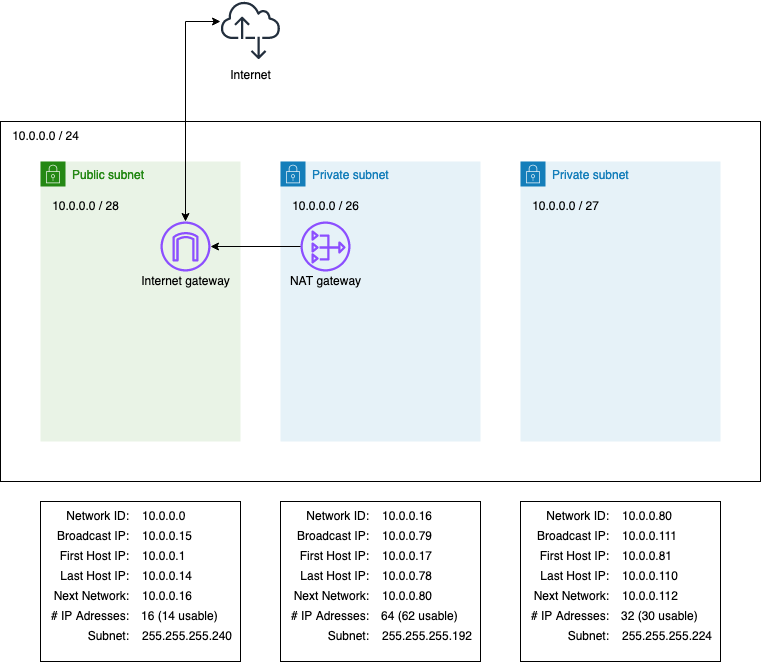
Before: 02_Networking/images/06_subnetting1.png, a diagram exported from draw.io (techgrounds/techgrounds-JarBanf). Source tidied: cells renumbered, new cells last; positions are measured from the earlier drawing's top-left corner, leaving out a move shared by most shapes. The source it was exported from:
```xml
<mxGraphModel>
  <root>
    <mxCell id="0" />
    <mxCell id="1" parent="0" />
    <mxCell id="2" style="rounded=0;whiteSpace=wrap;html=1;" parent="1" vertex="1">
      <mxGeometry y="121" width="760" height="360" as="geometry" />
    </mxCell>
    <mxCell id="3" value="Private subnet" style="gradientColor=none;html=1;whiteSpace=wrap;fontSize=12;fontStyle=0;shape=mxgraph.aws4.group;grIcon=mxgraph.aws4.group_security_group;grStroke=0;strokeColor=#147EBA;fillColor=#E6F2F8;verticalAlign=top;align=left;spacingLeft=30;fontColor=#147EBA;dashed=0;" parent="1" vertex="1">
      <mxGeometry x="520" y="161" width="200" height="280" as="geometry" />
    </mxCell>
    <mxCell id="4" value="10.0.0.0 / 27" style="text;html=1;align=center;verticalAlign=middle;strokeColor=none;fillColor=none;" parent="3" vertex="1">
      <mxGeometry y="30" width="90" height="30" as="geometry" />
    </mxCell>
    <mxCell id="5" value="Private subnet" style="gradientColor=none;html=1;whiteSpace=wrap;fontSize=12;fontStyle=0;shape=mxgraph.aws4.group;grIcon=mxgraph.aws4.group_security_group;grStroke=0;strokeColor=#147EBA;fillColor=#E6F2F8;verticalAlign=top;align=left;spacingLeft=30;fontColor=#147EBA;dashed=0;" parent="1" vertex="1">
      <mxGeometry x="280" y="161" width="200" height="280" as="geometry" />
    </mxCell>
    <mxCell id="6" value="&lt;div&gt;10.0.0.0 / 26&lt;/div&gt;" style="text;html=1;align=center;verticalAlign=middle;strokeColor=none;fillColor=none;" parent="5" vertex="1">
      <mxGeometry y="30" width="90" height="30" as="geometry" />
    </mxCell>
    <mxCell id="7" style="sketch=0;outlineConnect=0;fontColor=#232F3E;gradientColor=none;fillColor=#8C4FFF;strokeColor=none;dashed=0;verticalLabelPosition=bottom;verticalAlign=top;align=center;html=1;fontSize=12;fontStyle=0;shape=mxgraph.aws4.nat_gateway;" parent="5" vertex="1">
      <mxGeometry x="20" y="60" width="50" height="50" as="geometry" />
    </mxCell>
    <mxCell id="8" value="NAT gateway" style="text;html=1;align=center;verticalAlign=middle;strokeColor=none;fillColor=none;" parent="5" vertex="1">
      <mxGeometry y="105" width="90" height="30" as="geometry" />
    </mxCell>
    <mxCell id="9" value="Public subnet" style="gradientColor=none;html=1;whiteSpace=wrap;fontSize=12;fontStyle=0;shape=mxgraph.aws4.group;grIcon=mxgraph.aws4.group_security_group;grStroke=0;strokeColor=#248814;fillColor=#E9F3E6;verticalAlign=top;align=left;spacingLeft=30;fontColor=#248814;dashed=0;" parent="1" vertex="1">
      <mxGeometry x="40" y="161" width="200" height="280" as="geometry" />
    </mxCell>
    <mxCell id="10" value="&lt;div&gt;10.0.0.0 / 28&lt;/div&gt;" style="text;html=1;align=center;verticalAlign=middle;strokeColor=none;fillColor=none;" parent="9" vertex="1">
      <mxGeometry y="30" width="90" height="30" as="geometry" />
    </mxCell>
    <mxCell id="11" style="sketch=0;outlineConnect=0;fontColor=#232F3E;gradientColor=none;fillColor=#8C4FFF;strokeColor=none;dashed=0;verticalLabelPosition=bottom;verticalAlign=top;align=center;html=1;fontSize=12;fontStyle=0;shape=mxgraph.aws4.internet_gateway;" parent="9" vertex="1">
      <mxGeometry x="120" y="60" width="50" height="50" as="geometry" />
    </mxCell>
    <mxCell id="12" value="Internet gateway" style="text;html=1;align=center;verticalAlign=middle;strokeColor=none;fillColor=none;" parent="9" vertex="1">
      <mxGeometry x="90" y="105" width="110" height="30" as="geometry" />
    </mxCell>
    <mxCell id="13" value="&lt;div&gt;10.0.0.0 / 24&lt;/div&gt;" style="text;html=1;align=center;verticalAlign=middle;strokeColor=none;fillColor=none;" parent="1" vertex="1">
      <mxGeometry y="121" width="90" height="30" as="geometry" />
    </mxCell>
    <mxCell id="14" style="rounded=0;whiteSpace=wrap;html=1;" parent="1" vertex="1">
      <mxGeometry x="40" y="501" width="200" height="160" as="geometry" />
    </mxCell>
    <mxCell id="15" value="&lt;div&gt;Network ID:&lt;/div&gt;" style="text;html=1;align=right;verticalAlign=middle;strokeColor=none;fillColor=none;" parent="1" vertex="1">
      <mxGeometry x="40" y="501" width="90" height="30" as="geometry" />
    </mxCell>
    <mxCell id="16" value="Broadcast IP:" style="text;html=1;align=right;verticalAlign=middle;strokeColor=none;fillColor=none;" parent="1" vertex="1">
      <mxGeometry x="30" y="521" width="100" height="30" as="geometry" />
    </mxCell>
    <mxCell id="17" value="&lt;div&gt;First Host IP:&lt;/div&gt;" style="text;html=1;align=right;verticalAlign=middle;strokeColor=none;fillColor=none;" parent="1" vertex="1">
      <mxGeometry x="40" y="541" width="90" height="30" as="geometry" />
    </mxCell>
    <mxCell id="18" value="Last Host IP:" style="text;html=1;align=right;verticalAlign=middle;strokeColor=none;fillColor=none;" parent="1" vertex="1">
      <mxGeometry x="40" y="561" width="90" height="30" as="geometry" />
    </mxCell>
    <mxCell id="19" value="Next Network:" style="text;html=1;align=right;verticalAlign=middle;strokeColor=none;fillColor=none;" parent="1" vertex="1">
      <mxGeometry x="30" y="581" width="100" height="30" as="geometry" />
    </mxCell>
    <mxCell id="20" value="&lt;div&gt;# IP Adresses:&lt;/div&gt;" style="text;html=1;align=right;verticalAlign=middle;strokeColor=none;fillColor=none;" parent="1" vertex="1">
      <mxGeometry x="30" y="601" width="100" height="30" as="geometry" />
    </mxCell>
    <mxCell id="21" value="&lt;div&gt;Subnet:&lt;/div&gt;" style="text;html=1;align=right;verticalAlign=middle;strokeColor=none;fillColor=none;" parent="1" vertex="1">
      <mxGeometry x="70" y="621" width="60" height="30" as="geometry" />
    </mxCell>
    <mxCell id="22" value="10.0.0.0" style="text;html=1;align=left;verticalAlign=middle;strokeColor=none;fillColor=none;" parent="1" vertex="1">
      <mxGeometry x="140" y="501" width="70" height="30" as="geometry" />
    </mxCell>
    <mxCell id="23" value="255.255.255.240" style="text;html=1;align=left;verticalAlign=middle;strokeColor=none;fillColor=none;" parent="1" vertex="1">
      <mxGeometry x="140" y="621" width="110" height="30" as="geometry" />
    </mxCell>
    <mxCell id="24" value="&lt;div&gt;10.0.0.1&lt;/div&gt;" style="text;html=1;align=left;verticalAlign=middle;strokeColor=none;fillColor=none;" parent="1" vertex="1">
      <mxGeometry x="140" y="541" width="70" height="30" as="geometry" />
    </mxCell>
    <mxCell id="25" value="&lt;div&gt;10.0.0.16&lt;/div&gt;" style="text;html=1;align=left;verticalAlign=middle;strokeColor=none;fillColor=none;" parent="1" vertex="1">
      <mxGeometry x="140" y="581" width="70" height="30" as="geometry" />
    </mxCell>
    <mxCell id="26" value="&lt;div&gt;10.0.0.15&lt;/div&gt;" style="text;html=1;align=left;verticalAlign=middle;strokeColor=none;fillColor=none;" parent="1" vertex="1">
      <mxGeometry x="140" y="521" width="70" height="30" as="geometry" />
    </mxCell>
    <mxCell id="27" value="&lt;div&gt;10.0.0.14&lt;/div&gt;" style="text;html=1;align=left;verticalAlign=middle;strokeColor=none;fillColor=none;" parent="1" vertex="1">
      <mxGeometry x="140" y="561" width="70" height="30" as="geometry" />
    </mxCell>
    <mxCell id="28" value="16 (14 usable)" style="text;html=1;align=left;verticalAlign=middle;strokeColor=none;fillColor=none;" parent="1" vertex="1">
      <mxGeometry x="139" y="601" width="100" height="30" as="geometry" />
    </mxCell>
    <mxCell id="29" style="rounded=0;whiteSpace=wrap;html=1;" parent="1" vertex="1">
      <mxGeometry x="280" y="501" width="200" height="160" as="geometry" />
    </mxCell>
    <mxCell id="30" value="&lt;div&gt;Network ID:&lt;/div&gt;" style="text;html=1;align=right;verticalAlign=middle;strokeColor=none;fillColor=none;" parent="1" vertex="1">
      <mxGeometry x="280" y="501" width="90" height="30" as="geometry" />
    </mxCell>
    <mxCell id="31" value="&lt;div&gt;First Host IP:&lt;/div&gt;" style="text;html=1;align=right;verticalAlign=middle;strokeColor=none;fillColor=none;" parent="1" vertex="1">
      <mxGeometry x="280" y="541" width="90" height="30" as="geometry" />
    </mxCell>
    <mxCell id="32" value="Last Host IP:" style="text;html=1;align=right;verticalAlign=middle;strokeColor=none;fillColor=none;" parent="1" vertex="1">
      <mxGeometry x="280" y="561" width="90" height="30" as="geometry" />
    </mxCell>
    <mxCell id="33" value="&lt;div&gt;Subnet:&lt;/div&gt;" style="text;html=1;align=right;verticalAlign=middle;strokeColor=none;fillColor=none;" parent="1" vertex="1">
      <mxGeometry x="310" y="621" width="60" height="30" as="geometry" />
    </mxCell>
    <mxCell id="34" value="&lt;div&gt;10.0.0.16&lt;/div&gt;" style="text;html=1;align=left;verticalAlign=middle;strokeColor=none;fillColor=none;" parent="1" vertex="1">
      <mxGeometry x="380" y="501" width="70" height="30" as="geometry" />
    </mxCell>
    <mxCell id="35" value="255.255.255.192" style="text;html=1;align=left;verticalAlign=middle;strokeColor=none;fillColor=none;" parent="1" vertex="1">
      <mxGeometry x="380" y="621" width="110" height="30" as="geometry" />
    </mxCell>
    <mxCell id="36" value="&lt;div&gt;10.0.0.17&lt;/div&gt;" style="text;html=1;align=left;verticalAlign=middle;strokeColor=none;fillColor=none;" parent="1" vertex="1">
      <mxGeometry x="380" y="541" width="70" height="30" as="geometry" />
    </mxCell>
    <mxCell id="37" value="&lt;div&gt;10.0.0.80&lt;/div&gt;" style="text;html=1;align=left;verticalAlign=middle;strokeColor=none;fillColor=none;" parent="1" vertex="1">
      <mxGeometry x="380" y="581" width="70" height="30" as="geometry" />
    </mxCell>
    <mxCell id="38" value="&lt;div&gt;10.0.0.79&lt;/div&gt;" style="text;html=1;align=left;verticalAlign=middle;strokeColor=none;fillColor=none;" parent="1" vertex="1">
      <mxGeometry x="380" y="521" width="70" height="30" as="geometry" />
    </mxCell>
    <mxCell id="39" value="&lt;div&gt;10.0.0.78&lt;/div&gt;" style="text;html=1;align=left;verticalAlign=middle;strokeColor=none;fillColor=none;" parent="1" vertex="1">
      <mxGeometry x="380" y="561" width="70" height="30" as="geometry" />
    </mxCell>
    <mxCell id="40" value="64 (62 usable)" style="text;html=1;align=left;verticalAlign=middle;strokeColor=none;fillColor=none;" parent="1" vertex="1">
      <mxGeometry x="379" y="601" width="100" height="30" as="geometry" />
    </mxCell>
    <mxCell id="41" value="Broadcast IP:" style="text;html=1;align=right;verticalAlign=middle;strokeColor=none;fillColor=none;" parent="1" vertex="1">
      <mxGeometry x="270" y="521" width="100" height="30" as="geometry" />
    </mxCell>
    <mxCell id="42" value="Next Network:" style="text;html=1;align=right;verticalAlign=middle;strokeColor=none;fillColor=none;" parent="1" vertex="1">
      <mxGeometry x="270" y="581" width="100" height="30" as="geometry" />
    </mxCell>
    <mxCell id="43" value="&lt;div&gt;# IP Adresses:&lt;/div&gt;" style="text;html=1;align=right;verticalAlign=middle;strokeColor=none;fillColor=none;" parent="1" vertex="1">
      <mxGeometry x="270" y="601" width="100" height="30" as="geometry" />
    </mxCell>
    <mxCell id="44" style="rounded=0;whiteSpace=wrap;html=1;" parent="1" vertex="1">
      <mxGeometry x="520" y="501" width="200" height="160" as="geometry" />
    </mxCell>
    <mxCell id="45" value="&lt;div&gt;Network ID:&lt;/div&gt;" style="text;html=1;align=right;verticalAlign=middle;strokeColor=none;fillColor=none;" parent="1" vertex="1">
      <mxGeometry x="520" y="501" width="90" height="30" as="geometry" />
    </mxCell>
    <mxCell id="46" value="&lt;div&gt;First Host IP:&lt;/div&gt;" style="text;html=1;align=right;verticalAlign=middle;strokeColor=none;fillColor=none;" parent="1" vertex="1">
      <mxGeometry x="520" y="541" width="90" height="30" as="geometry" />
    </mxCell>
    <mxCell id="47" value="Last Host IP:" style="text;html=1;align=right;verticalAlign=middle;strokeColor=none;fillColor=none;" parent="1" vertex="1">
      <mxGeometry x="520" y="561" width="90" height="30" as="geometry" />
    </mxCell>
    <mxCell id="48" value="&lt;div&gt;Subnet:&lt;/div&gt;" style="text;html=1;align=right;verticalAlign=middle;strokeColor=none;fillColor=none;" parent="1" vertex="1">
      <mxGeometry x="550" y="621" width="60" height="30" as="geometry" />
    </mxCell>
    <mxCell id="49" value="&lt;div&gt;10.0.0.80&lt;/div&gt;" style="text;html=1;align=left;verticalAlign=middle;strokeColor=none;fillColor=none;" parent="1" vertex="1">
      <mxGeometry x="620" y="501" width="70" height="30" as="geometry" />
    </mxCell>
    <mxCell id="50" value="&lt;div&gt;255.255.255.224&lt;/div&gt;" style="text;html=1;align=left;verticalAlign=middle;strokeColor=none;fillColor=none;" parent="1" vertex="1">
      <mxGeometry x="620" y="621" width="110" height="30" as="geometry" />
    </mxCell>
    <mxCell id="51" value="&lt;div&gt;10.0.0.81&lt;/div&gt;" style="text;html=1;align=left;verticalAlign=middle;strokeColor=none;fillColor=none;" parent="1" vertex="1">
      <mxGeometry x="620" y="541" width="70" height="30" as="geometry" />
    </mxCell>
    <mxCell id="52" value="&lt;div&gt;10.0.0.112&lt;/div&gt;" style="text;html=1;align=left;verticalAlign=middle;strokeColor=none;fillColor=none;" parent="1" vertex="1">
      <mxGeometry x="620" y="581" width="80" height="30" as="geometry" />
    </mxCell>
    <mxCell id="53" value="&lt;div&gt;10.0.0.111&lt;/div&gt;" style="text;html=1;align=left;verticalAlign=middle;strokeColor=none;fillColor=none;" parent="1" vertex="1">
      <mxGeometry x="620" y="521" width="80" height="30" as="geometry" />
    </mxCell>
    <mxCell id="54" value="&lt;div&gt;10.0.0.110&lt;/div&gt;" style="text;html=1;align=left;verticalAlign=middle;strokeColor=none;fillColor=none;" parent="1" vertex="1">
      <mxGeometry x="620" y="561" width="80" height="30" as="geometry" />
    </mxCell>
    <mxCell id="55" value="32 (30 usable)" style="text;html=1;align=left;verticalAlign=middle;strokeColor=none;fillColor=none;" parent="1" vertex="1">
      <mxGeometry x="619" y="601" width="100" height="30" as="geometry" />
    </mxCell>
    <mxCell id="56" value="Broadcast IP:" style="text;html=1;align=right;verticalAlign=middle;strokeColor=none;fillColor=none;" parent="1" vertex="1">
      <mxGeometry x="510" y="521" width="100" height="30" as="geometry" />
    </mxCell>
    <mxCell id="57" value="Next Network:" style="text;html=1;align=right;verticalAlign=middle;strokeColor=none;fillColor=none;" parent="1" vertex="1">
      <mxGeometry x="510" y="581" width="100" height="30" as="geometry" />
    </mxCell>
    <mxCell id="58" value="&lt;div&gt;# IP Adresses:&lt;/div&gt;" style="text;html=1;align=right;verticalAlign=middle;strokeColor=none;fillColor=none;" parent="1" vertex="1">
      <mxGeometry x="510" y="601" width="100" height="30" as="geometry" />
    </mxCell>
    <mxCell id="59" style="sketch=0;outlineConnect=0;fontColor=#232F3E;gradientColor=none;fillColor=#232F3D;strokeColor=none;dashed=0;verticalLabelPosition=bottom;verticalAlign=top;align=center;html=1;fontSize=12;fontStyle=0;shape=mxgraph.aws4.internet_alt2;" parent="1" vertex="1">
      <mxGeometry x="220" y="-0.2" width="60" height="60" as="geometry" />
    </mxCell>
    <mxCell id="60" value="Internet" style="text;html=1;align=center;verticalAlign=middle;strokeColor=none;fillColor=none;" parent="1" vertex="1">
      <mxGeometry x="220" y="59.8" width="60" height="30" as="geometry" />
    </mxCell>
    <mxCell id="61" style="edgeStyle=orthogonalEdgeStyle;rounded=0;jettySize=auto;html=1;" parent="1" edge="1" source="7" target="11">
      <mxGeometry relative="1" as="geometry" />
    </mxCell>
    <mxCell id="62" style="edgeStyle=orthogonalEdgeStyle;rounded=0;jettySize=auto;html=1;startArrow=classic;startFill=1;" parent="1" edge="1" source="11" target="59">
      <mxGeometry relative="1" as="geometry">
        <Array as="points">
          <mxPoint x="185" y="21" />
        </Array>
      </mxGeometry>
    </mxCell>
  </root>
</mxGraphModel>
```
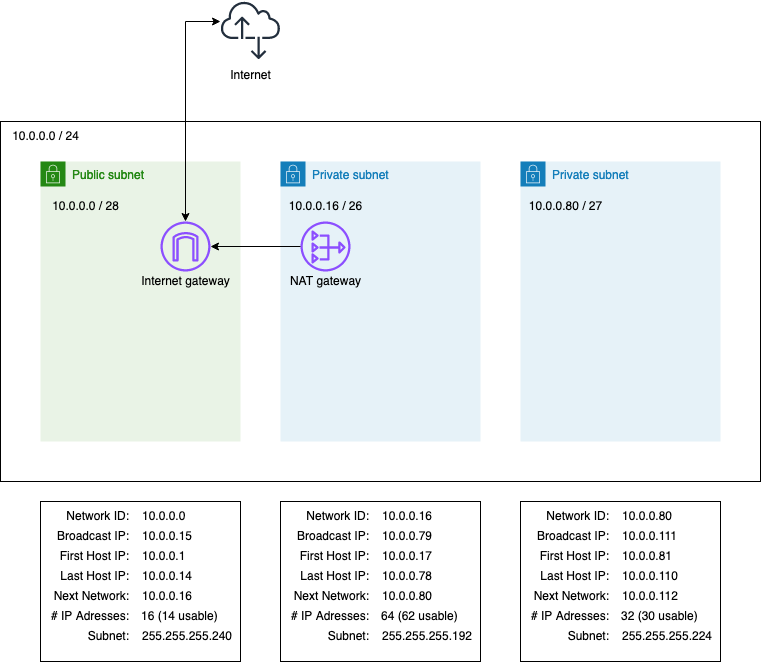
After the change.

Change to the diagram source:
```diff
@@ -8,14 +8,14 @@
     <mxCell id="3" value="Private subnet" style="gradientColor=none;html=1;whiteSpace=wrap;fontSize=12;fontStyle=0;shape=mxgraph.aws4.group;grIcon=mxgraph.aws4.group_security_group;grStroke=0;strokeColor=#147EBA;fillColor=#E6F2F8;verticalAlign=top;align=left;spacingLeft=30;fontColor=#147EBA;dashed=0;" parent="1" vertex="1">
       <mxGeometry x="520" y="161" width="200" height="280" as="geometry" />
     </mxCell>
-    <mxCell id="4" value="10.0.0.0 / 27" style="text;html=1;align=center;verticalAlign=middle;strokeColor=none;fillColor=none;" parent="3" vertex="1">
-      <mxGeometry y="30" width="90" height="30" as="geometry" />
+    <mxCell id="4" value="10.0.0.80 / 27" style="text;html=1;align=center;verticalAlign=middle;strokeColor=none;fillColor=none;" parent="3" vertex="1">
+      <mxGeometry x="-5" y="30" width="100" height="30" as="geometry" />
     </mxCell>
     <mxCell id="5" value="Private subnet" style="gradientColor=none;html=1;whiteSpace=wrap;fontSize=12;fontStyle=0;shape=mxgraph.aws4.group;grIcon=mxgraph.aws4.group_security_group;grStroke=0;strokeColor=#147EBA;fillColor=#E6F2F8;verticalAlign=top;align=left;spacingLeft=30;fontColor=#147EBA;dashed=0;" parent="1" vertex="1">
       <mxGeometry x="280" y="161" width="200" height="280" as="geometry" />
     </mxCell>
-    <mxCell id="6" value="&lt;div&gt;10.0.0.0 / 26&lt;/div&gt;" style="text;html=1;align=center;verticalAlign=middle;strokeColor=none;fillColor=none;" parent="5" vertex="1">
-      <mxGeometry y="30" width="90" height="30" as="geometry" />
+    <mxCell id="6" value="&lt;div&gt;10.0.0.16 / 26&lt;/div&gt;" style="text;html=1;align=center;verticalAlign=middle;strokeColor=none;fillColor=none;" parent="5" vertex="1">
+      <mxGeometry x="-5" y="30" width="100" height="30" as="geometry" />
     </mxCell>
     <mxCell id="7" style="sketch=0;outlineConnect=0;fontColor=#232F3E;gradientColor=none;fillColor=#8C4FFF;strokeColor=none;dashed=0;verticalLabelPosition=bottom;verticalAlign=top;align=center;html=1;fontSize=12;fontStyle=0;shape=mxgraph.aws4.nat_gateway;" parent="5" vertex="1">
       <mxGeometry x="20" y="60" width="50" height="50" as="geometry" />
```
